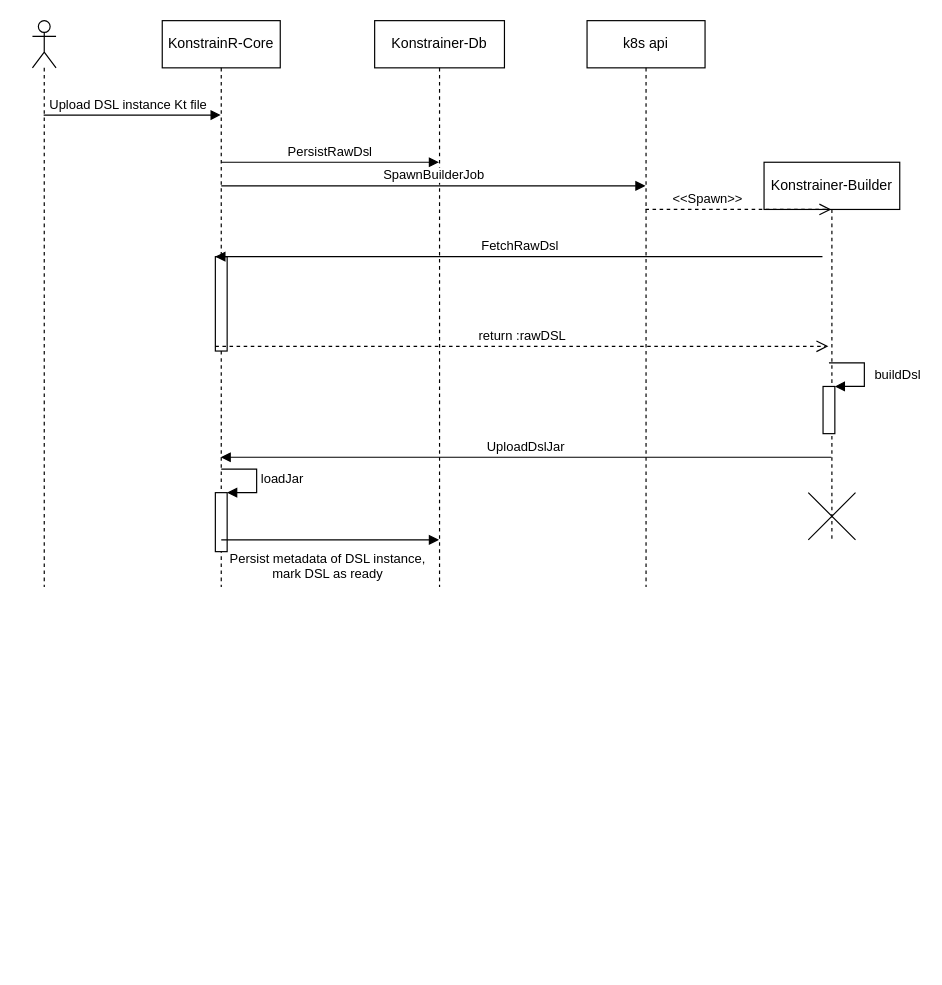
Tiegris/KonstrainR keeps this draw.io diagram as main/Arch-Plan/dslBuild.drawio. Above is the earlier version. Source tidied: cells renumbered, new cells numbered last; positions are measured from the earlier drawing's top-left corner, leaving out a move shared by most shapes. Both pictures are drawn from the tidied source at 118%, with x=0, y=0 at pixel (32, 20). Pictures stored in the file or linked from it are replaced by grey dashed boxes.
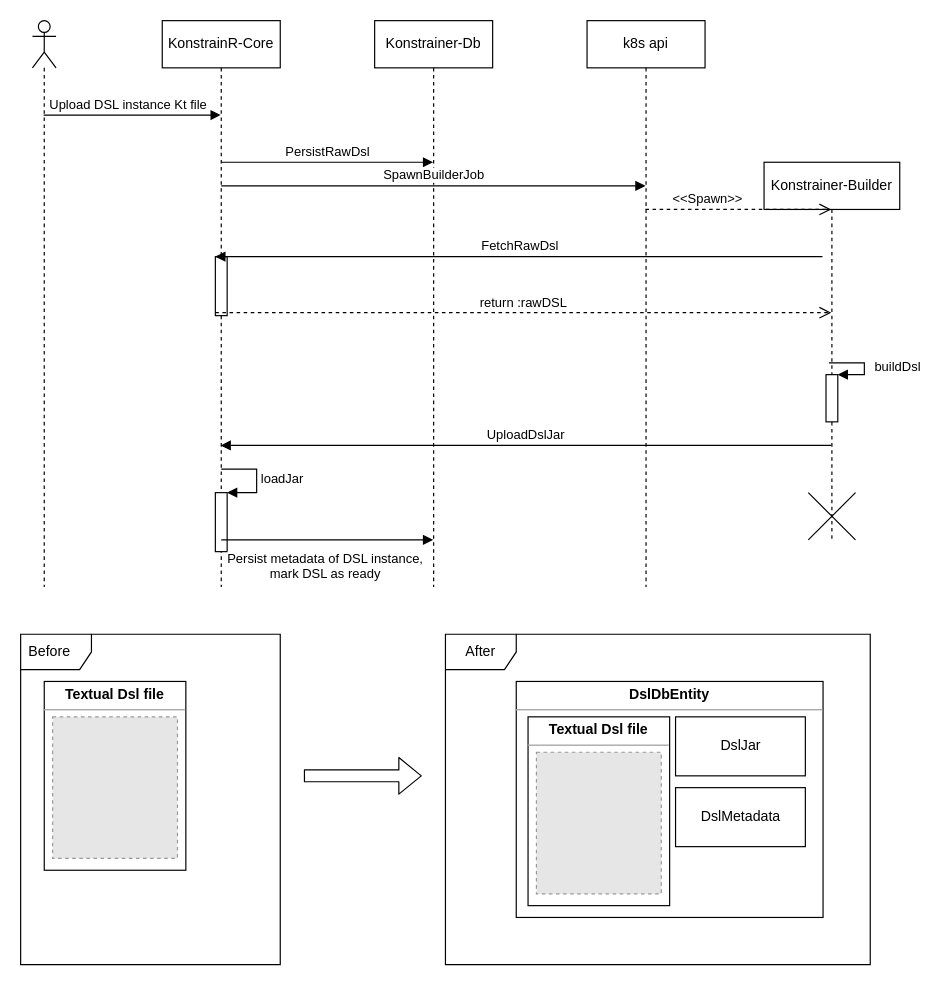
After the change.

The change refers to these unchanged cells:
```xml
<mxCell id="3" value="KonstrainR-Core" style="shape=umlLifeline;perimeter=lifelinePerimeter;whiteSpace=wrap;html=1;outlineConnect=0;" parent="1" vertex="1">
  <mxGeometry x="110" width="100" height="480" as="geometry" />
</mxCell>
<mxCell id="8" value="Konstrainer-Builder" style="shape=umlLifeline;perimeter=lifelinePerimeter;whiteSpace=wrap;html=1;outlineConnect=0;" parent="1" vertex="1">
  <mxGeometry x="620" y="120" width="115" height="320" as="geometry" />
</mxCell>
```

Change to the diagram source:
```diff
@@
+    <mxCell id="21" value="After" style="shape=umlFrame;whiteSpace=wrap;html=1;" parent="1" vertex="1">
+      <mxGeometry x="350" y="520" width="360" height="280" as="geometry" />
+    </mxCell>
@@
     <mxCell id="5" style="html=1;points=[];perimeter=orthogonalPerimeter;" parent="3" vertex="1">
-      <mxGeometry x="45" y="200" width="10" height="80" as="geometry" />
+      <mxGeometry x="45" y="200" width="10" height="50" as="geometry" />
     </mxCell>
@@
     <mxCell id="9" style="html=1;points=[];perimeter=orthogonalPerimeter;" parent="8" vertex="1">
-      <mxGeometry x="50" y="190" width="10" height="40" as="geometry" />
+      <mxGeometry x="52.5" y="180" width="10" height="40" as="geometry" />
     </mxCell>
@@
     <mxCell id="13" value="Konstrainer-Db" style="shape=umlLifeline;perimeter=lifelinePerimeter;whiteSpace=wrap;html=1;outlineConnect=0;" parent="1" vertex="1">
-      <mxGeometry x="290" width="110" height="480" as="geometry" />
+      <mxGeometry x="290" width="100" height="480" as="geometry" />
     </mxCell>
@@
-    <mxCell id="18" value="return :rawDSL" style="html=1;verticalAlign=bottom;endArrow=open;dashed=1;endSize=8;exitX=0;exitY=0.95;" parent="1" edge="1" source="5">
-      <mxGeometry relative="1" as="geometry">
-        <mxPoint x="674.5" y="276" as="targetPoint" />
-      </mxGeometry>
+    <mxCell id="18" value="return :rawDSL" style="html=1;verticalAlign=bottom;endArrow=open;dashed=1;endSize=8;exitX=0;exitY=0.95;" parent="1" edge="1" source="5" target="8">
+      <mxGeometry relative="1" as="geometry" />
     </mxCell>
     <mxCell id="19" value="UploadDslJar" style="html=1;verticalAlign=bottom;endArrow=block;" parent="1" edge="1" source="8" target="3">
       <mxGeometry relative="1" as="geometry">
         <Array as="points">
-          <mxPoint x="450" y="370" />
+          <mxPoint x="480" y="360" />
+          <mxPoint x="380" y="360" />
         </Array>
       </mxGeometry>
     </mxCell>
@@
+    <mxCell id="22" value="Before" style="shape=umlFrame;whiteSpace=wrap;html=1;width=60;height=30;boundedLbl=1;verticalAlign=middle;align=left;spacingLeft=5;" parent="1" vertex="1">
+      <mxGeometry x="-10" y="520" width="220" height="280" as="geometry" />
+    </mxCell>
+    <mxCell id="23" style="group;" parent="1" vertex="1">
+      <mxGeometry x="10" y="560" width="120" height="160" as="geometry" />
+    </mxCell>
+    <mxCell id="24" value="&lt;p style=&quot;margin:0px;margin-top:4px;text-align:center;&quot;&gt;&lt;b&gt;Textual Dsl file&lt;/b&gt;&lt;/p&gt;&lt;hr size=&quot;1&quot;&gt;&lt;div style=&quot;height:2px;&quot;&gt;&lt;/div&gt;" style="verticalAlign=top;align=left;overflow=fill;fontSize=12;fontFamily=Helvetica;html=1;" parent="23" vertex="1">
+      <mxGeometry width="120" height="160" as="geometry" />
+    </mxCell>
+    <mxCell id="25" style="fillColor=#E6E6E6;strokeColor=#999999;dashed=1;verticalLabelPosition=bottom;labelBackgroundColor=default;verticalAlign=top;" parent="23" vertex="1">
+      <mxGeometry x="7.1" y="30" width="105.8" height="120" as="geometry" />
+    </mxCell>
+    <mxCell id="26" style="group;" parent="1" vertex="1">
+      <mxGeometry x="410" y="560" width="260" height="200" as="geometry" />
+    </mxCell>
+    <mxCell id="27" value="&lt;p style=&quot;margin:0px;margin-top:4px;text-align:center;&quot;&gt;&lt;b&gt;DslDbEntity&lt;/b&gt;&lt;/p&gt;&lt;hr size=&quot;1&quot;&gt;&lt;div style=&quot;height:2px;&quot;&gt;&lt;/div&gt;" style="verticalAlign=top;align=left;overflow=fill;fontSize=12;fontFamily=Helvetica;html=1;" parent="26" vertex="1">
+      <mxGeometry width="260" height="200" as="geometry" />
+    </mxCell>
+    <mxCell id="28" style="group;" parent="26" vertex="1">
+      <mxGeometry x="10" y="30" width="120" height="160" as="geometry" />
+    </mxCell>
+    <mxCell id="29" value="&lt;p style=&quot;margin:0px;margin-top:4px;text-align:center;&quot;&gt;&lt;b&gt;Textual Dsl file&lt;/b&gt;&lt;/p&gt;&lt;hr size=&quot;1&quot;&gt;&lt;div style=&quot;height:2px;&quot;&gt;&lt;/div&gt;" style="verticalAlign=top;align=left;overflow=fill;fontSize=12;fontFamily=Helvetica;html=1;" parent="28" vertex="1">
+      <mxGeometry width="120" height="160" as="geometry" />
+    </mxCell>
+    <mxCell id="30" style="fillColor=#E6E6E6;strokeColor=#999999;dashed=1;verticalLabelPosition=bottom;labelBackgroundColor=default;verticalAlign=top;" parent="28" vertex="1">
+      <mxGeometry x="7.1" y="30" width="105.8" height="120" as="geometry" />
+    </mxCell>
+    <mxCell id="31" value="DslJar" style="html=1;" parent="26" vertex="1">
+      <mxGeometry x="135" y="30" width="110" height="50" as="geometry" />
+    </mxCell>
+    <mxCell id="32" value="DslMetadata" style="html=1;" parent="26" vertex="1">
+      <mxGeometry x="135" y="90" width="110" height="50" as="geometry" />
+    </mxCell>
+    <mxCell id="33" style="shape=flexArrow;endArrow=classic;html=1;" parent="1" edge="1">
+      <mxGeometry relative="1" as="geometry">
+        <mxPoint x="230" y="640" as="sourcePoint" />
+        <mxPoint x="330" y="640" as="targetPoint" />
+      </mxGeometry>
+    </mxCell>
```
